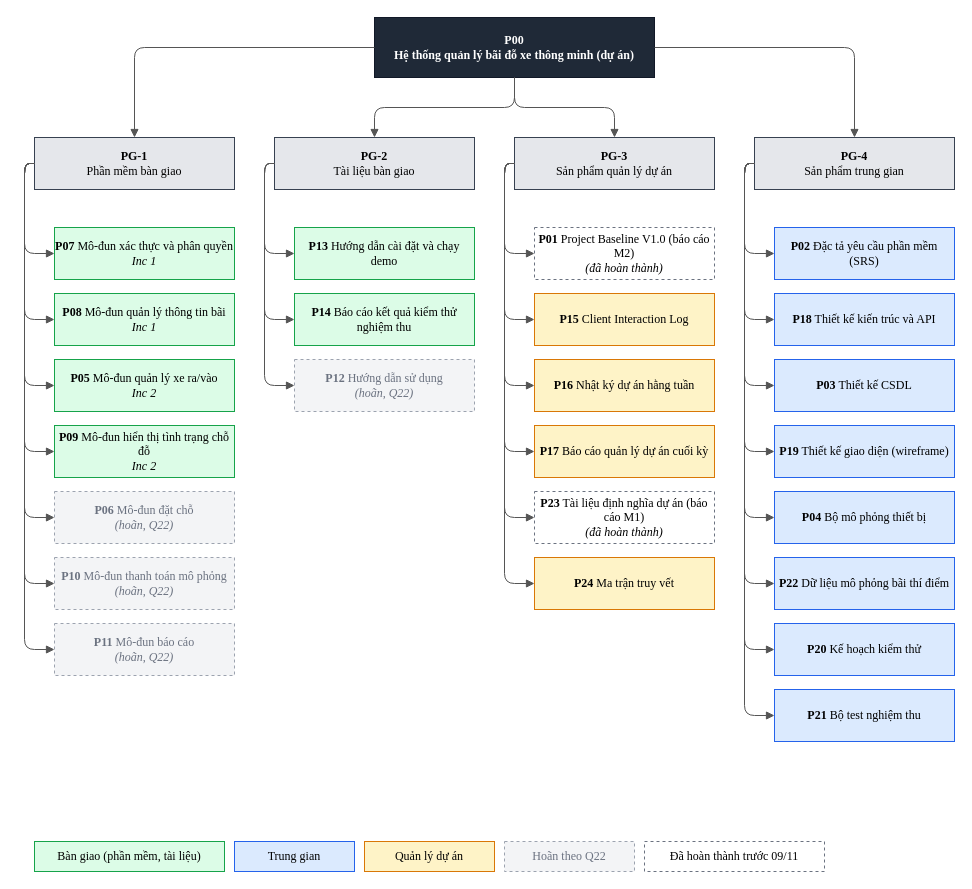
This is docs/m2-report/diagrams/01-pbs.drawio from nvdson2005/Parking-Management-System, a draw.io file, before an edit. Source tidied: cells renumbered, new cells numbered last; positions are measured from the earlier drawing's top-left corner, leaving out a move shared by most shapes. Both pictures are drawn from the tidied source at 100%, with x=0, y=0 at pixel (34, 17).
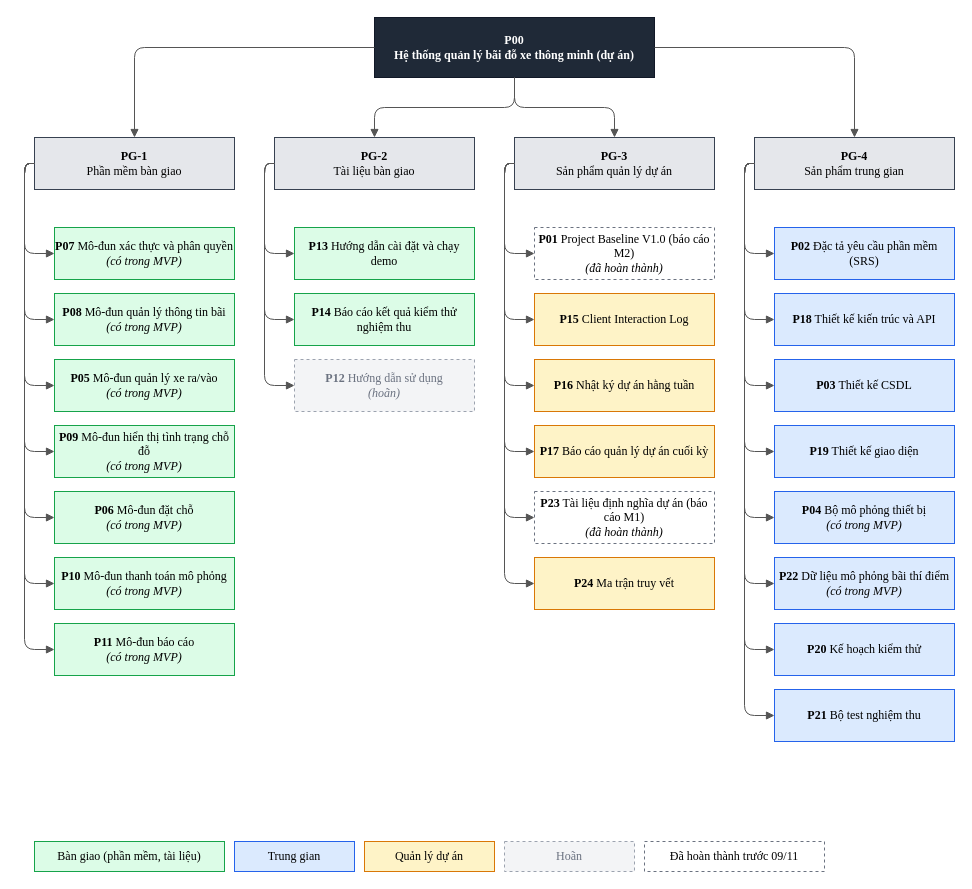
After the change.

Diff of the diagram source:
```diff
@@
-    <mxCell id="5" value="&lt;b&gt;P07&lt;/b&gt; Mô-đun xác thực và phân quyền&lt;br&gt;&lt;i&gt;Inc 1&lt;/i&gt;" style="fontFamily=Times New Roman;whiteSpace=wrap;html=1;fillColor=#DCFCE7;strokeColor=#16A34A;" parent="1" vertex="1">
+    <mxCell id="5" value="&lt;b&gt;P07&lt;/b&gt; Mô-đun xác thực và phân quyền&lt;br&gt;&lt;i&gt;(có trong MVP)&lt;/i&gt;" style="fontFamily=Times New Roman;whiteSpace=wrap;html=1;fillColor=#DCFCE7;strokeColor=#16A34A;" parent="1" vertex="1">
       <mxGeometry x="20" y="210" width="180" height="52" as="geometry" />
     </mxCell>
@@
-    <mxCell id="7" value="&lt;b&gt;P08&lt;/b&gt; Mô-đun quản lý thông tin bãi&lt;br&gt;&lt;i&gt;Inc 1&lt;/i&gt;" style="fontFamily=Times New Roman;whiteSpace=wrap;html=1;fillColor=#DCFCE7;strokeColor=#16A34A;" parent="1" vertex="1">
+    <mxCell id="7" value="&lt;b&gt;P08&lt;/b&gt; Mô-đun quản lý thông tin bãi&lt;br&gt;&lt;i&gt;(có trong MVP)&lt;/i&gt;" style="fontFamily=Times New Roman;whiteSpace=wrap;html=1;fillColor=#DCFCE7;strokeColor=#16A34A;" parent="1" vertex="1">
       <mxGeometry x="20" y="276" width="180" height="52" as="geometry" />
     </mxCell>
@@
-    <mxCell id="9" value="&lt;b&gt;P05&lt;/b&gt; Mô-đun quản lý xe ra/vào&lt;br&gt;&lt;i&gt;Inc 2&lt;/i&gt;" style="fontFamily=Times New Roman;whiteSpace=wrap;html=1;fillColor=#DCFCE7;strokeColor=#16A34A;" parent="1" vertex="1">
+    <mxCell id="9" value="&lt;b&gt;P05&lt;/b&gt; Mô-đun quản lý xe ra/vào&lt;br&gt;&lt;i&gt;(có trong MVP)&lt;/i&gt;" style="fontFamily=Times New Roman;whiteSpace=wrap;html=1;fillColor=#DCFCE7;strokeColor=#16A34A;" parent="1" vertex="1">
       <mxGeometry x="20" y="342" width="180" height="52" as="geometry" />
     </mxCell>
@@
-    <mxCell id="11" value="&lt;b&gt;P09&lt;/b&gt; Mô-đun hiển thị tình trạng chỗ đỗ&lt;br&gt;&lt;i&gt;Inc 2&lt;/i&gt;" style="fontFamily=Times New Roman;whiteSpace=wrap;html=1;fillColor=#DCFCE7;strokeColor=#16A34A;" parent="1" vertex="1">
+    <mxCell id="11" value="&lt;b&gt;P09&lt;/b&gt; Mô-đun hiển thị tình trạng chỗ đỗ&lt;br&gt;&lt;i&gt;(có trong MVP)&lt;/i&gt;" style="fontFamily=Times New Roman;whiteSpace=wrap;html=1;fillColor=#DCFCE7;strokeColor=#16A34A;" parent="1" vertex="1">
       <mxGeometry x="20" y="408" width="180" height="52" as="geometry" />
     </mxCell>
@@
-    <mxCell id="13" value="&lt;b&gt;P06&lt;/b&gt; Mô-đun đặt chỗ&lt;br&gt;&lt;i&gt;(hoãn, Q22)&lt;/i&gt;" style="fontFamily=Times New Roman;whiteSpace=wrap;html=1;fillColor=#F3F4F6;strokeColor=#9CA3AF;fontColor=#6B7280;dashed=1;" parent="1" vertex="1">
+    <mxCell id="13" value="&lt;b&gt;P06&lt;/b&gt; Mô-đun đặt chỗ&lt;br&gt;&lt;i&gt;(có trong MVP)&lt;/i&gt;" style="fontFamily=Times New Roman;whiteSpace=wrap;html=1;fillColor=#DCFCE7;strokeColor=#16A34A;" parent="1" vertex="1">
       <mxGeometry x="20" y="474" width="180" height="52" as="geometry" />
     </mxCell>
@@
-    <mxCell id="15" value="&lt;b&gt;P10&lt;/b&gt; Mô-đun thanh toán mô phỏng&lt;br&gt;&lt;i&gt;(hoãn, Q22)&lt;/i&gt;" style="fontFamily=Times New Roman;whiteSpace=wrap;html=1;fillColor=#F3F4F6;strokeColor=#9CA3AF;fontColor=#6B7280;dashed=1;" parent="1" vertex="1">
+    <mxCell id="15" value="&lt;b&gt;P10&lt;/b&gt; Mô-đun thanh toán mô phỏng&lt;br&gt;&lt;i&gt;(có trong MVP)&lt;/i&gt;" style="fontFamily=Times New Roman;whiteSpace=wrap;html=1;fillColor=#DCFCE7;strokeColor=#16A34A;" parent="1" vertex="1">
       <mxGeometry x="20" y="540" width="180" height="52" as="geometry" />
     </mxCell>
@@
-    <mxCell id="17" value="&lt;b&gt;P11&lt;/b&gt; Mô-đun báo cáo&lt;br&gt;&lt;i&gt;(hoãn, Q22)&lt;/i&gt;" style="fontFamily=Times New Roman;whiteSpace=wrap;html=1;fillColor=#F3F4F6;strokeColor=#9CA3AF;fontColor=#6B7280;dashed=1;" parent="1" vertex="1">
+    <mxCell id="17" value="&lt;b&gt;P11&lt;/b&gt; Mô-đun báo cáo&lt;br&gt;&lt;i&gt;(có trong MVP)&lt;/i&gt;" style="fontFamily=Times New Roman;whiteSpace=wrap;html=1;fillColor=#DCFCE7;strokeColor=#16A34A;" parent="1" vertex="1">
       <mxGeometry x="20" y="606" width="180" height="52" as="geometry" />
     </mxCell>
@@
-    <mxCell id="25" value="&lt;b&gt;P12&lt;/b&gt; Hướng dẫn sử dụng&lt;br&gt;&lt;i&gt;(hoãn, Q22)&lt;/i&gt;" style="fontFamily=Times New Roman;whiteSpace=wrap;html=1;fillColor=#F3F4F6;strokeColor=#9CA3AF;fontColor=#6B7280;dashed=1;" parent="1" vertex="1">
+    <mxCell id="25" value="&lt;b&gt;P12&lt;/b&gt; Hướng dẫn sử dụng&lt;br&gt;&lt;i&gt;(hoãn)&lt;/i&gt;" style="fontFamily=Times New Roman;whiteSpace=wrap;html=1;fillColor=#F3F4F6;strokeColor=#9CA3AF;fontColor=#6B7280;dashed=1;" parent="1" vertex="1">
       <mxGeometry x="260" y="342" width="180" height="52" as="geometry" />
     </mxCell>
@@
-    <mxCell id="49" value="&lt;b&gt;P19&lt;/b&gt; Thiết kế giao diện (wireframe)" style="fontFamily=Times New Roman;whiteSpace=wrap;html=1;fillColor=#DBEAFE;strokeColor=#2563EB;" parent="1" vertex="1">
+    <mxCell id="49" value="&lt;b&gt;P19&lt;/b&gt; Thiết kế giao diện" style="fontFamily=Times New Roman;whiteSpace=wrap;html=1;fillColor=#DBEAFE;strokeColor=#2563EB;" parent="1" vertex="1">
       <mxGeometry x="740" y="408" width="180" height="52" as="geometry" />
     </mxCell>
@@
-    <mxCell id="51" value="&lt;b&gt;P04&lt;/b&gt; Bộ mô phỏng thiết bị" style="fontFamily=Times New Roman;whiteSpace=wrap;html=1;fillColor=#DBEAFE;strokeColor=#2563EB;" parent="1" vertex="1">
+    <mxCell id="51" value="&lt;b&gt;P04&lt;/b&gt; Bộ mô phỏng thiết bị&lt;br&gt;&lt;i&gt;(có trong MVP)&lt;/i&gt;" style="fontFamily=Times New Roman;whiteSpace=wrap;html=1;fillColor=#DBEAFE;strokeColor=#2563EB;" parent="1" vertex="1">
       <mxGeometry x="740" y="474" width="180" height="52" as="geometry" />
     </mxCell>
@@
-    <mxCell id="53" value="&lt;b&gt;P22&lt;/b&gt; Dữ liệu mô phỏng bãi thí điểm" style="fontFamily=Times New Roman;whiteSpace=wrap;html=1;fillColor=#DBEAFE;strokeColor=#2563EB;" parent="1" vertex="1">
+    <mxCell id="53" value="&lt;b&gt;P22&lt;/b&gt; Dữ liệu mô phỏng bãi thí điểm&lt;br&gt;&lt;i&gt;(có trong MVP)&lt;/i&gt;" style="fontFamily=Times New Roman;whiteSpace=wrap;html=1;fillColor=#DBEAFE;strokeColor=#2563EB;" parent="1" vertex="1">
       <mxGeometry x="740" y="540" width="180" height="52" as="geometry" />
     </mxCell>
@@
-    <mxCell id="62" value="Hoãn theo Q22" style="fontFamily=Times New Roman;whiteSpace=wrap;html=1;fillColor=#F3F4F6;strokeColor=#9CA3AF;fontColor=#6B7280;dashed=1;" parent="1" vertex="1">
+    <mxCell id="62" value="Hoãn" style="fontFamily=Times New Roman;whiteSpace=wrap;html=1;fillColor=#F3F4F6;strokeColor=#9CA3AF;fontColor=#6B7280;dashed=1;" parent="1" vertex="1">
       <mxGeometry x="470" y="824" width="130" height="30" as="geometry" />
     </mxCell>
```
